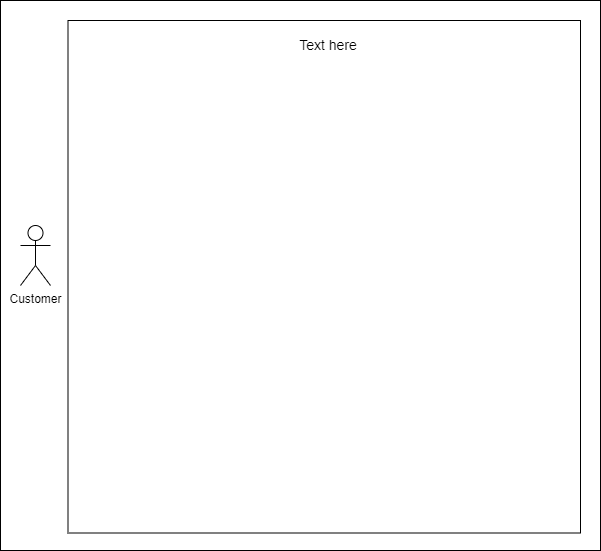
Earlier version of the draw.io export docs/useCases/figs/UseCase6.png (CS3450-Group9/Dans-AutoBarn). Source tidied: cells renumbered, new cells last; positions are measured from the earlier drawing's top-left corner, leaving out a move shared by most shapes.
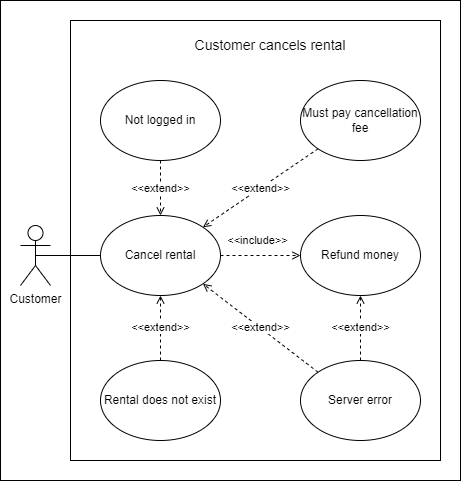
The same diagram one commit later.

Commit message:
Use case diagrams completed

The edit, as a diff of the source:
```diff
@@ -3,19 +3,61 @@
     <mxCell id="0" />
     <mxCell id="1" parent="0" />
     <mxCell id="2" style="rounded=0;whiteSpace=wrap;html=1;" parent="1" vertex="1">
-      <mxGeometry width="600" height="550" as="geometry" />
+      <mxGeometry width="460" height="480" as="geometry" />
     </mxCell>
+    <mxCell id="7" style="rounded=0;whiteSpace=wrap;html=1;" parent="1" vertex="1">
+      <mxGeometry x="70" y="20" width="370" height="440" as="geometry" />
+    </mxCell>
+    <mxCell id="6" style="edgeStyle=none;rounded=0;orthogonalLoop=1;jettySize=auto;html=1;exitX=0.5;exitY=0;exitDx=0;exitDy=0;dashed=1;startArrow=open;startFill=0;endArrow=none;endFill=0;" parent="1" edge="1">
+      <mxGeometry relative="1" as="geometry">
+        <mxPoint x="323.8" y="20" as="sourcePoint" />
+        <mxPoint x="323.8" y="20" as="targetPoint" />
+      </mxGeometry>
+    </mxCell>
+    <mxCell id="5" value="&lt;font style=&quot;font-size: 14px;&quot;&gt;Customer cancels rental&lt;/font&gt;" style="text;whiteSpace=wrap;html=1;align=center;" parent="1" vertex="1">
+      <mxGeometry x="170" y="30" width="200" height="40" as="geometry" />
+    </mxCell>
+    <mxCell id="8" value="&amp;lt;&amp;lt;include&amp;gt;&amp;gt;" style="edgeStyle=orthogonalEdgeStyle;rounded=0;jettySize=auto;html=1;exitX=1;exitY=0.5;exitDx=0;exitDy=0;entryX=0;entryY=0.5;entryDx=0;entryDy=0;startArrow=none;startFill=0;endArrow=open;endFill=0;dashed=1;" parent="1" edge="1" source="9" target="11">
+      <mxGeometry x="-0.09" y="15" relative="1" as="geometry" />
+    </mxCell>
+    <mxCell id="9" value="Cancel rental" style="ellipse;whiteSpace=wrap;html=1;" parent="1" vertex="1">
+      <mxGeometry x="100" y="215" width="120" height="80" as="geometry" />
+    </mxCell>
+    <mxCell id="10" style="edgeStyle=orthogonalEdgeStyle;rounded=0;jettySize=auto;html=1;exitX=0.5;exitY=0.5;exitDx=0;exitDy=0;exitPerimeter=0;entryX=0;entryY=0.5;entryDx=0;entryDy=0;startArrow=none;startFill=0;endArrow=none;endFill=0;" parent="1" edge="1" source="3" target="9">
+      <mxGeometry relative="1" as="geometry" />
+    </mxCell>
     <mxCell id="3" value="Customer" style="shape=umlActor;verticalLabelPosition=bottom;verticalAlign=top;html=1;outlineConnect=0;" parent="1" vertex="1">
       <mxGeometry x="20" y="225" width="30" height="60" as="geometry" />
     </mxCell>
-    <mxCell id="4" style="whiteSpace=wrap;html=1;fontSize=14;" parent="1" vertex="1">
-      <mxGeometry x="67.5" y="20" width="512.5" height="512.5" as="geometry" />
-    </mxCell>
-    <mxCell id="5" value="&lt;font style=&quot;font-size: 14px;&quot;&gt;Text here&lt;/font&gt;" style="text;whiteSpace=wrap;html=1;align=center;" parent="1" vertex="1">
-      <mxGeometry x="227.5" y="30" width="200" height="40" as="geometry" />
-    </mxCell>
-    <mxCell id="6" style="edgeStyle=none;rounded=0;orthogonalLoop=1;jettySize=auto;html=1;exitX=0.5;exitY=0;exitDx=0;exitDy=0;dashed=1;startArrow=open;startFill=0;endArrow=none;endFill=0;" parent="1" edge="1" source="4" target="4">
-      <mxGeometry relative="1" as="geometry" />
-    </mxCell>
+    <mxCell id="11" value="Refund money" style="ellipse;whiteSpace=wrap;html=1;" parent="1" vertex="1">
+      <mxGeometry x="300" y="215" width="120" height="80" as="geometry" />
+    </mxCell>
+    <mxCell id="12" value="&amp;lt;&amp;lt;extend&amp;gt;&amp;gt;" style="edgeStyle=orthogonalEdgeStyle;rounded=0;jettySize=auto;html=1;exitX=0.5;exitY=0;exitDx=0;exitDy=0;entryX=0.5;entryY=1;entryDx=0;entryDy=0;dashed=1;startArrow=none;startFill=0;endArrow=open;endFill=0;" parent="1" edge="1" source="13" target="9">
+      <mxGeometry relative="1" as="geometry" />
+    </mxCell>
+    <mxCell id="13" value="Rental does not exist" style="ellipse;whiteSpace=wrap;html=1;" parent="1" vertex="1">
+      <mxGeometry x="100" y="360" width="120" height="80" as="geometry" />
+    </mxCell>
+    <mxCell id="14" value="&amp;lt;&amp;lt;extend&amp;gt;&amp;gt;" style="edgeStyle=none;rounded=0;jettySize=auto;html=1;exitX=0;exitY=0;exitDx=0;exitDy=0;entryX=1;entryY=1;entryDx=0;entryDy=0;dashed=1;startArrow=none;startFill=0;endArrow=open;endFill=0;" parent="1" edge="1" source="16" target="9">
+      <mxGeometry relative="1" as="geometry" />
+    </mxCell>
+    <mxCell id="15" value="&amp;lt;&amp;lt;extend&amp;gt;&amp;gt;" style="edgeStyle=none;rounded=0;jettySize=auto;html=1;exitX=0.5;exitY=0;exitDx=0;exitDy=0;entryX=0.5;entryY=1;entryDx=0;entryDy=0;dashed=1;startArrow=none;startFill=0;endArrow=open;endFill=0;" parent="1" edge="1" source="16" target="11">
+      <mxGeometry relative="1" as="geometry" />
+    </mxCell>
+    <mxCell id="16" value="Server error" style="ellipse;whiteSpace=wrap;html=1;" parent="1" vertex="1">
+      <mxGeometry x="300" y="360" width="120" height="80" as="geometry" />
+    </mxCell>
+    <mxCell id="17" value="&amp;lt;&amp;lt;extend&amp;gt;&amp;gt;" style="edgeStyle=none;rounded=0;jettySize=auto;html=1;exitX=0.5;exitY=1;exitDx=0;exitDy=0;entryX=0.5;entryY=0;entryDx=0;entryDy=0;dashed=1;startArrow=none;startFill=0;endArrow=open;endFill=0;" parent="1" edge="1" source="18" target="9">
+      <mxGeometry relative="1" as="geometry" />
+    </mxCell>
+    <mxCell id="18" value="Not logged in" style="ellipse;whiteSpace=wrap;html=1;" parent="1" vertex="1">
+      <mxGeometry x="100" y="80" width="120" height="80" as="geometry" />
+    </mxCell>
+    <mxCell id="19" value="&amp;lt;&amp;lt;extend&amp;gt;&amp;gt;" style="edgeStyle=none;rounded=0;jettySize=auto;html=1;exitX=0;exitY=1;exitDx=0;exitDy=0;entryX=1;entryY=0;entryDx=0;entryDy=0;dashed=1;startArrow=none;startFill=0;endArrow=open;endFill=0;" parent="1" edge="1" source="20" target="9">
+      <mxGeometry relative="1" as="geometry" />
+    </mxCell>
+    <mxCell id="20" value="Must pay cancellation fee" style="ellipse;whiteSpace=wrap;html=1;" parent="1" vertex="1">
+      <mxGeometry x="300" y="80" width="120" height="80" as="geometry" />
+    </mxCell>
   </root>
 </mxGraphModel>
```
